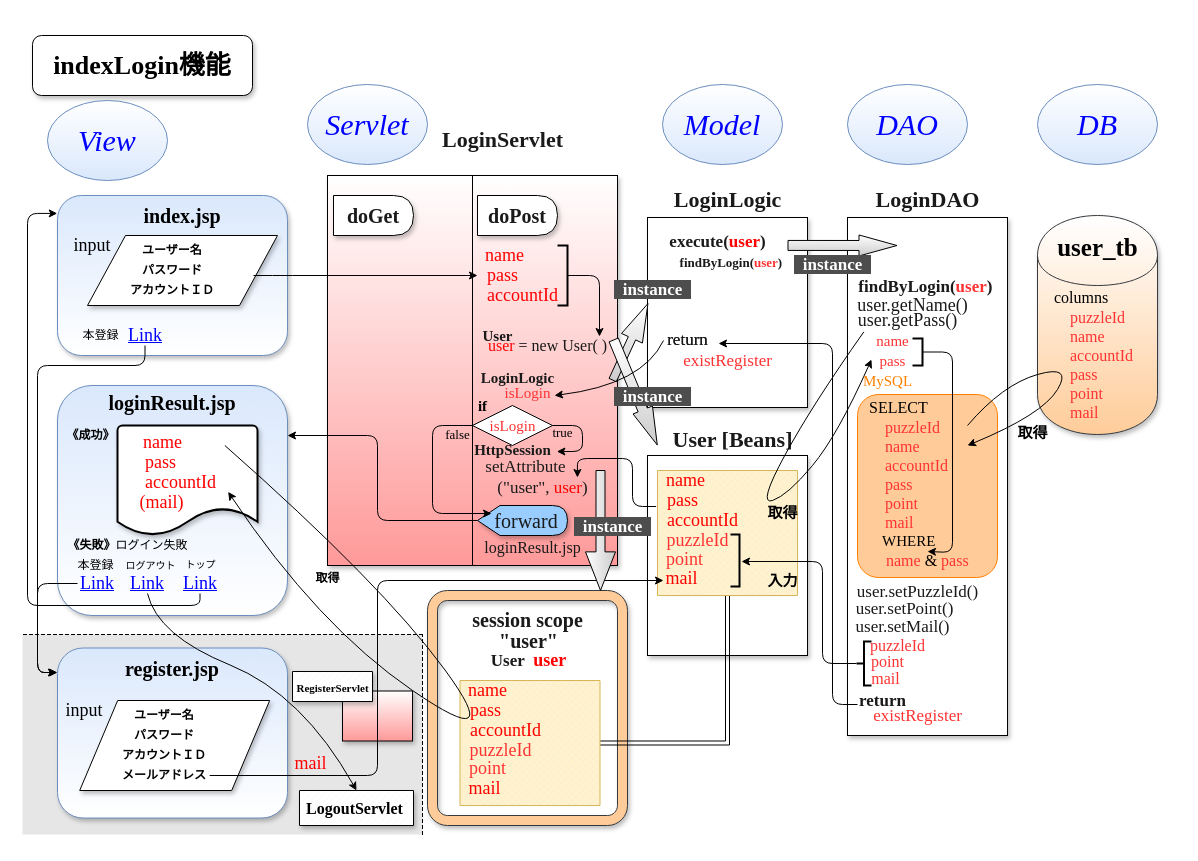
This is 説明資料/アーキテクチャー図 改/indexLogin機能.drawio from shika-sophia/matrixGameIntegral, a draw.io file, before an edit. Source tidied: cells renumbered, new cells numbered last; positions are measured from the earlier drawing's top-left corner, leaving out a move shared by most shapes. Both pictures are drawn from the tidied source at 100%, with x=0, y=0 at pixel (17, 17).
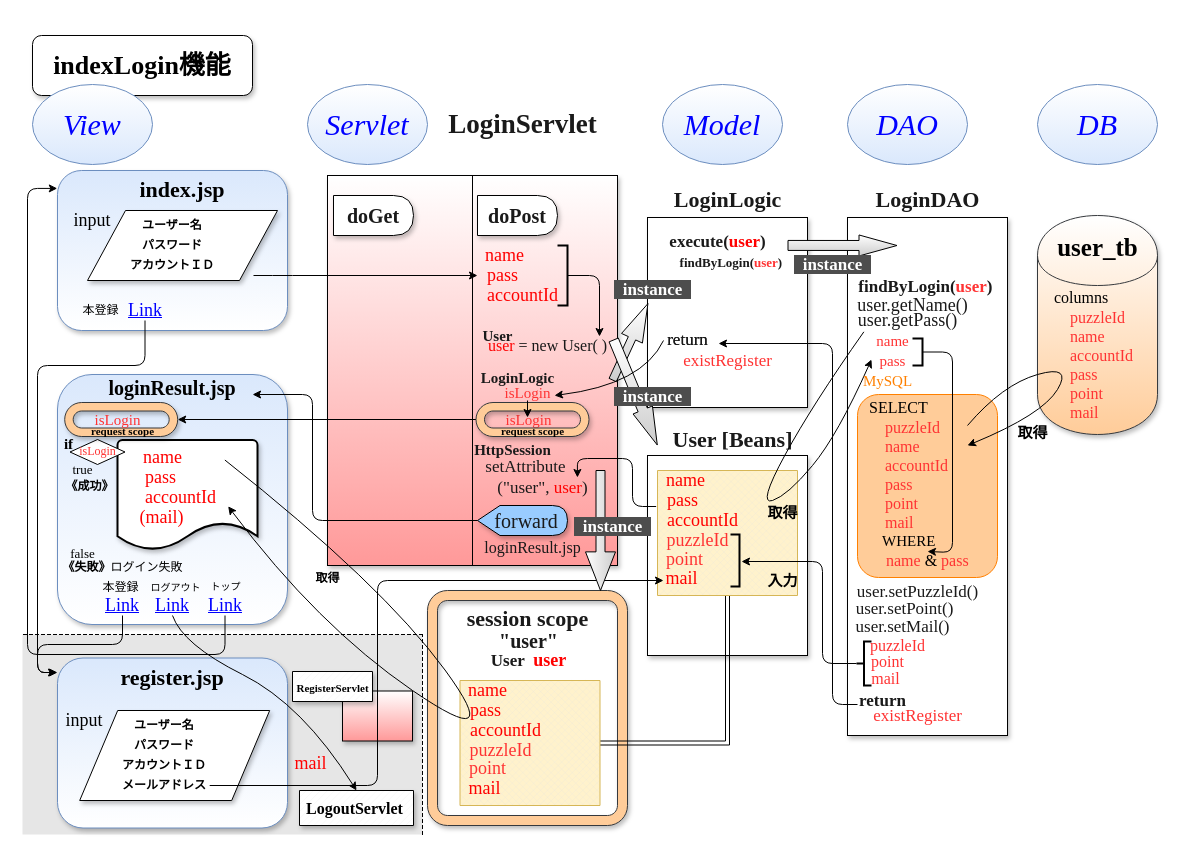
The same diagram, later.

The change refers to these unchanged cells:
```xml
<mxCell id="5" style="verticalLabelPosition=bottom;verticalAlign=top;html=1;shape=mxgraph.basic.rounded_frame;dx=10;labelBackgroundColor=none;fillColor=#ffcc99;fontFamily=Times New Roman;fontSize=17;strokeColor=#36393d;shadow=1;" parent="1" vertex="1">
  <mxGeometry x="410" y="573" width="200" height="235" as="geometry" />
</mxCell>
<mxCell id="65" value="setAttribute&lt;br&gt;&amp;nbsp; &amp;nbsp; &amp;nbsp; &amp;nbsp; (&quot;user&quot;, &lt;font color=&quot;#ff0000&quot;&gt;user&lt;/font&gt;)" style="text;html=1;align=center;verticalAlign=middle;points=[];fontSize=17;fontFamily=Times New Roman;fontColor=#1A1A1A;" parent="1" vertex="1">
  <mxGeometry x="438" y="435" width="140" height="50" as="geometry" />
</mxCell>
<mxCell id="68" value="forward" style="shape=display;whiteSpace=wrap;html=1;labelBackgroundColor=none;fillColor=#99CCFF;gradientColor=none;fontFamily=Times New Roman;fontSize=20;fontColor=#1A1A1A;spacingLeft=8;shadow=1;" parent="1" vertex="1">
  <mxGeometry x="460" y="488" width="90" height="30" as="geometry" />
</mxCell>
<mxCell id="92" style="verticalLabelPosition=bottom;verticalAlign=top;html=1;shape=mxgraph.basic.patternFillRect;fillStyle=diag;step=5;fillStrokeWidth=0.2;fillStrokeColor=#dddddd;rounded=1;shadow=1;fillColor=#FFFFFF;fontFamily=Times New Roman;fontSize=10;" parent="1" vertex="1">
  <mxGeometry x="282" y="773" width="114" height="35" as="geometry" />
</mxCell>
```

The edit, as a diff of the source:
```diff
@@
-    <mxCell id="6" value="&lt;b style=&quot;font-size: 20px;&quot;&gt;&lt;font style=&quot;font-size: 20px;&quot;&gt;session scope&lt;/font&gt;&lt;/b&gt;" style="text;html=1;align=center;verticalAlign=middle;fontSize=20;fontFamily=Times New Roman;fontColor=#1A1A1A;" parent="5" vertex="1">
-      <mxGeometry x="35" y="14" width="130" height="30" as="geometry" />
+    <mxCell id="6" value="&lt;b style=&quot;font-size: 22px;&quot;&gt;&lt;font style=&quot;font-size: 22px;&quot;&gt;session scope&lt;/font&gt;&lt;/b&gt;" style="text;html=1;align=center;verticalAlign=middle;fontSize=22;fontFamily=Times New Roman;fontColor=#1A1A1A;" parent="5" vertex="1">
+      <mxGeometry x="30" y="14" width="140" height="30" as="geometry" />
     </mxCell>
@@
     <mxCell id="12" style="rounded=1;whiteSpace=wrap;html=1;fontFamily=Times New Roman;fontSize=20;fillColor=#dae8fc;strokeColor=#6c8ebf;gradientColor=#ffffff;shadow=1;" parent="1" vertex="1">
-      <mxGeometry x="40" y="178" width="230" height="160" as="geometry" />
+      <mxGeometry x="40" y="153" width="230" height="160" as="geometry" />
     </mxCell>
     <mxCell id="13" style="rounded=1;whiteSpace=wrap;html=1;fontFamily=Times New Roman;fontSize=20;fillColor=#dae8fc;strokeColor=#6c8ebf;gradientColor=#ffffff;shadow=1;" parent="1" vertex="1">
-      <mxGeometry x="40" y="630.5" width="230" height="170" as="geometry" />
+      <mxGeometry x="40" y="640.5" width="230" height="170" as="geometry" />
     </mxCell>
     <mxCell id="14" style="shape=parallelogram;perimeter=parallelogramPerimeter;whiteSpace=wrap;html=1;gradientColor=#ffffff;fontFamily=Times New Roman;fontSize=15;shadow=1;" parent="1" vertex="1">
-      <mxGeometry x="70" y="218" width="190" height="70" as="geometry" />
+      <mxGeometry x="70" y="193" width="190" height="70" as="geometry" />
     </mxCell>
@@
     <mxCell id="16" value="&lt;i&gt;&lt;font style=&quot;font-size: 30px&quot;&gt;View&lt;/font&gt;&lt;/i&gt;" style="ellipse;whiteSpace=wrap;html=1;fontFamily=Times New Roman;fontSize=20;fillColor=#dae8fc;strokeColor=#6c8ebf;gradientColor=#ffffff;gradientDirection=north;fontColor=#0000FF;" parent="1" vertex="1">
-      <mxGeometry x="30" y="83" width="120" height="80" as="geometry" />
+      <mxGeometry x="15" y="67" width="120" height="80" as="geometry" />
     </mxCell>
-    <mxCell id="17" value="index.jsp" style="text;html=1;strokeColor=none;fillColor=none;align=center;verticalAlign=middle;whiteSpace=wrap;rounded=0;fontFamily=Times New Roman;fontSize=20;fontStyle=1;" parent="1" vertex="1">
-      <mxGeometry x="120" y="178" width="90" height="40" as="geometry" />
+    <mxCell id="17" value="index.jsp" style="text;html=1;strokeColor=none;fillColor=none;align=center;verticalAlign=middle;whiteSpace=wrap;rounded=0;fontFamily=Times New Roman;fontSize=22;fontStyle=1;" parent="1" vertex="1">
+      <mxGeometry x="120" y="153" width="90" height="40" as="geometry" />
     </mxCell>
     <mxCell id="18" value="ユーザー名" style="text;html=1;strokeColor=none;fillColor=none;align=center;verticalAlign=middle;whiteSpace=wrap;rounded=0;fontFamily=Times New Roman;fontSize=12;fontStyle=1;" parent="1" vertex="1">
-      <mxGeometry x="110" y="218" width="90" height="30" as="geometry" />
+      <mxGeometry x="110" y="193" width="90" height="30" as="geometry" />
     </mxCell>
     <mxCell id="19" value="パスワード" style="text;html=1;strokeColor=none;fillColor=none;align=center;verticalAlign=middle;whiteSpace=wrap;rounded=0;fontFamily=Times New Roman;fontSize=12;fontStyle=1;" parent="1" vertex="1">
-      <mxGeometry x="110" y="238" width="90" height="30" as="geometry" />
+      <mxGeometry x="110" y="213" width="90" height="30" as="geometry" />
     </mxCell>
     <mxCell id="20" value="アカウントＩＤ" style="text;html=1;strokeColor=none;fillColor=none;align=center;verticalAlign=middle;whiteSpace=wrap;rounded=0;fontFamily=Times New Roman;fontSize=12;fontStyle=1;" parent="1" vertex="1">
-      <mxGeometry x="110" y="258" width="90" height="30" as="geometry" />
+      <mxGeometry x="110" y="233" width="90" height="30" as="geometry" />
     </mxCell>
     <mxCell id="21" value="input" style="text;html=1;strokeColor=none;fillColor=none;align=center;verticalAlign=middle;whiteSpace=wrap;rounded=0;fontFamily=Times New Roman;fontSize=18;" parent="1" vertex="1">
-      <mxGeometry x="45" y="218" width="60" height="20" as="geometry" />
+      <mxGeometry x="45" y="193" width="60" height="20" as="geometry" />
     </mxCell>
     <mxCell id="22" value="Link" style="text;html=1;strokeColor=none;fillColor=none;align=center;verticalAlign=middle;whiteSpace=wrap;rounded=0;fontFamily=Times New Roman;fontSize=18;fontColor=#0000FF;fontStyle=4;" parent="1" vertex="1">
-      <mxGeometry x="107.5" y="308" width="40" height="20" as="geometry" />
+      <mxGeometry x="107.5" y="283" width="40" height="20" as="geometry" />
     </mxCell>
@@
-    <mxCell id="24" value="register.jsp" style="text;html=1;strokeColor=none;fillColor=none;align=center;verticalAlign=middle;whiteSpace=wrap;rounded=0;fontFamily=Times New Roman;fontSize=20;fontStyle=1;" parent="1" vertex="1">
-      <mxGeometry x="110" y="630.5" width="90" height="40" as="geometry" />
+    <mxCell id="24" value="register.jsp" style="text;html=1;strokeColor=none;fillColor=none;align=center;verticalAlign=middle;whiteSpace=wrap;rounded=0;fontFamily=Times New Roman;fontSize=22;fontStyle=1;" parent="1" vertex="1">
+      <mxGeometry x="110" y="640.5" width="90" height="40" as="geometry" />
     </mxCell>
     <mxCell id="25" style="shape=parallelogram;perimeter=parallelogramPerimeter;whiteSpace=wrap;html=1;gradientColor=#ffffff;fontFamily=Times New Roman;fontSize=15;shadow=1;" parent="1" vertex="1">
-      <mxGeometry x="62.2" y="683" width="190" height="90" as="geometry" />
+      <mxGeometry x="62.2" y="693" width="190" height="90" as="geometry" />
     </mxCell>
     <mxCell id="26" value="ユーザー名" style="text;html=1;strokeColor=none;fillColor=none;align=center;verticalAlign=middle;whiteSpace=wrap;rounded=0;fontFamily=Times New Roman;fontSize=12;fontStyle=1;" parent="1" vertex="1">
-      <mxGeometry x="102.2" y="683" width="90" height="30" as="geometry" />
+      <mxGeometry x="102.2" y="693" width="90" height="30" as="geometry" />
     </mxCell>
     <mxCell id="27" value="パスワード" style="text;html=1;strokeColor=none;fillColor=none;align=center;verticalAlign=middle;whiteSpace=wrap;rounded=0;fontFamily=Times New Roman;fontSize=12;fontStyle=1;" parent="1" vertex="1">
-      <mxGeometry x="102.2" y="703" width="90" height="30" as="geometry" />
+      <mxGeometry x="102.2" y="713" width="90" height="30" as="geometry" />
     </mxCell>
     <mxCell id="28" value="アカウントＩＤ" style="text;html=1;strokeColor=none;fillColor=none;align=center;verticalAlign=middle;whiteSpace=wrap;rounded=0;fontFamily=Times New Roman;fontSize=12;fontStyle=1;" parent="1" vertex="1">
-      <mxGeometry x="102.2" y="723" width="90" height="30" as="geometry" />
+      <mxGeometry x="102.2" y="733" width="90" height="30" as="geometry" />
     </mxCell>
     <mxCell id="29" value="input" style="text;html=1;strokeColor=none;fillColor=none;align=center;verticalAlign=middle;whiteSpace=wrap;rounded=0;fontFamily=Times New Roman;fontSize=18;" parent="1" vertex="1">
-      <mxGeometry x="37.2" y="683" width="60" height="20" as="geometry" />
+      <mxGeometry x="37.2" y="693" width="60" height="20" as="geometry" />
     </mxCell>
     <mxCell id="30" value="メールアドレス" style="text;html=1;strokeColor=none;fillColor=none;align=center;verticalAlign=middle;whiteSpace=wrap;rounded=0;fontFamily=Times New Roman;fontSize=12;fontStyle=1;" parent="1" vertex="1">
-      <mxGeometry x="102.2" y="743" width="90" height="30" as="geometry" />
+      <mxGeometry x="102.2" y="753" width="90" height="30" as="geometry" />
     </mxCell>
@@
-    <mxCell id="43" value="LoginServlet" style="text;html=1;align=center;verticalAlign=middle;fontSize=22;fontFamily=Times New Roman;fontColor=#1A1A1A;fontStyle=1;" parent="1" vertex="1">
-      <mxGeometry x="415" y="108" width="140" height="30" as="geometry" />
+    <mxCell id="43" value="LoginServlet" style="text;html=1;align=center;verticalAlign=middle;fontSize=27;fontFamily=Times New Roman;fontColor=#1A1A1A;fontStyle=1;" parent="1" vertex="1">
+      <mxGeometry x="425" y="87" width="160" height="40" as="geometry" />
     </mxCell>
@@
-    <mxCell id="67" style="edgeStyle=orthogonalEdgeStyle;rounded=1;jettySize=auto;html=1;exitX=0;exitY=0.5;exitDx=0;exitDy=0;exitPerimeter=0;comic=0;" parent="1" edge="1" source="68" target="73">
-      <mxGeometry relative="1" as="geometry">
-        <Array as="points">
-          <mxPoint x="360" y="503" />
-          <mxPoint x="360" y="418" />
-        </Array>
-      </mxGeometry>
-    </mxCell>
@@
     <mxCell id="73" style="rounded=1;whiteSpace=wrap;html=1;fontFamily=Times New Roman;fontSize=20;fillColor=#dae8fc;strokeColor=#6c8ebf;gradientColor=#ffffff;shadow=1;" parent="1" vertex="1">
-      <mxGeometry x="40" y="368" width="230" height="230" as="geometry" />
+      <mxGeometry x="40" y="357" width="230" height="250" as="geometry" />
     </mxCell>
     <mxCell id="74" value="loginResult.jsp" style="text;html=1;strokeColor=none;fillColor=none;align=center;verticalAlign=middle;whiteSpace=wrap;rounded=0;fontFamily=Times New Roman;fontSize=20;fontStyle=1;" parent="1" vertex="1">
-      <mxGeometry x="110" y="365" width="90" height="40" as="geometry" />
+      <mxGeometry x="110" y="350" width="90" height="40" as="geometry" />
     </mxCell>
     <mxCell id="75" value="《成功》" style="text;html=1;align=center;verticalAlign=middle;fontFamily=Times New Roman;fontStyle=1;" parent="1" vertex="1">
-      <mxGeometry x="42.5" y="408" width="60" height="20" as="geometry" />
+      <mxGeometry x="42.2" y="458.5" width="60" height="20" as="geometry" />
     </mxCell>
     <mxCell id="76" style="strokeWidth=2;html=1;shape=mxgraph.flowchart.document2;whiteSpace=wrap;size=0.25;rounded=1;shadow=1;fillColor=#FFFFFF;fontFamily=Times New Roman;" parent="1" vertex="1">
-      <mxGeometry x="100" y="408" width="140" height="110" as="geometry" />
+      <mxGeometry x="100" y="422.5" width="140" height="110" as="geometry" />
     </mxCell>
     <mxCell id="77" value="&lt;span style=&quot;font-size: 18px&quot;&gt;&lt;font color=&quot;#ff0000&quot;&gt;name&lt;/font&gt;&lt;/span&gt;" style="text;html=1;align=center;verticalAlign=middle;fontSize=12;fontFamily=Times New Roman;fontColor=#1A1A1A;spacingLeft=0;" parent="1" vertex="1">
-      <mxGeometry x="119.8" y="415" width="50" height="20" as="geometry" />
+      <mxGeometry x="119.8" y="429.5" width="50" height="20" as="geometry" />
     </mxCell>
     <mxCell id="78" value="&lt;span style=&quot;font-size: 18px&quot;&gt;&lt;font color=&quot;#ff0000&quot;&gt;accountId&lt;/font&gt;&lt;/span&gt;" style="text;html=1;align=center;verticalAlign=middle;points=[];fontSize=12;fontFamily=Times New Roman;fontColor=#1A1A1A;" parent="1" vertex="1">
-      <mxGeometry x="117.5" y="455" width="90" height="20" as="geometry" />
+      <mxGeometry x="117.5" y="469.5" width="90" height="20" as="geometry" />
     </mxCell>
     <mxCell id="79" value="&lt;span style=&quot;font-size: 18px&quot;&gt;&lt;font color=&quot;#ff0000&quot;&gt;pass&lt;/font&gt;&lt;/span&gt;" style="text;html=1;align=center;verticalAlign=middle;fontSize=12;fontFamily=Times New Roman;fontColor=#1A1A1A;" parent="1" vertex="1">
-      <mxGeometry x="117.5" y="435" width="50" height="20" as="geometry" />
+      <mxGeometry x="117.5" y="449.5" width="50" height="20" as="geometry" />
     </mxCell>
     <mxCell id="80" value="&lt;font color=&quot;#ff0000&quot;&gt;&lt;span style=&quot;font-size: 18px&quot;&gt;(mail)&lt;/span&gt;&lt;/font&gt;" style="text;html=1;align=center;verticalAlign=middle;fontSize=12;fontFamily=Times New Roman;fontColor=#1A1A1A;spacingLeft=3;" parent="1" vertex="1">
-      <mxGeometry x="112.5" y="475" width="60" height="20" as="geometry" />
+      <mxGeometry x="112.5" y="489.5" width="60" height="20" as="geometry" />
     </mxCell>
@@
     <mxCell id="82" value="《失敗》&lt;span style=&quot;font-weight: normal&quot;&gt;ログイン失敗&lt;/span&gt;" style="text;html=1;align=center;verticalAlign=middle;fontFamily=Times New Roman;fontStyle=1;" parent="1" vertex="1">
-      <mxGeometry x="40" y="518" width="140" height="20" as="geometry" />
+      <mxGeometry x="35" y="540" width="140" height="20" as="geometry" />
     </mxCell>
     <mxCell id="83" style="edgeStyle=orthogonalEdgeStyle;rounded=1;comic=0;jettySize=auto;html=1;fontFamily=Times New Roman;" parent="1" edge="1" source="84">
       <mxGeometry relative="1" as="geometry">
         <mxPoint x="40" y="655" as="targetPoint" />
         <Array as="points">
-          <mxPoint x="20" y="566" />
+          <mxPoint x="105" y="627" />
+          <mxPoint x="20" y="627" />
           <mxPoint x="20" y="655" />
         </Array>
       </mxGeometry>
     </mxCell>
     <mxCell id="84" value="Link" style="text;html=1;strokeColor=none;fillColor=none;align=center;verticalAlign=middle;whiteSpace=wrap;rounded=0;fontFamily=Times New Roman;fontSize=18;fontColor=#0000FF;fontStyle=4;" parent="1" vertex="1">
-      <mxGeometry x="60" y="556" width="40" height="20" as="geometry" />
+      <mxGeometry x="85" y="578" width="40" height="20" as="geometry" />
     </mxCell>
     <mxCell id="85" style="edgeStyle=orthogonalEdgeStyle;rounded=1;comic=0;jettySize=auto;html=1;fontFamily=Times New Roman;entryX=-0.001;entryY=0.112;entryDx=0;entryDy=0;entryPerimeter=0;exitX=0.5;exitY=1;exitDx=0;exitDy=0;" parent="1" edge="1" source="87" target="12">
       <mxGeometry relative="1" as="geometry">
         <Array as="points">
-          <mxPoint x="183" y="588" />
-          <mxPoint x="10" y="588" />
-          <mxPoint x="10" y="196" />
+          <mxPoint x="208" y="637" />
+          <mxPoint x="10" y="637" />
+          <mxPoint x="10" y="171" />
         </Array>
       </mxGeometry>
     </mxCell>
     <mxCell id="86" value="Link" style="text;html=1;strokeColor=none;fillColor=none;align=center;verticalAlign=middle;whiteSpace=wrap;rounded=0;fontFamily=Times New Roman;fontSize=18;fontColor=#0000FF;fontStyle=4;" parent="1" vertex="1">
-      <mxGeometry x="110" y="556" width="40" height="20" as="geometry" />
+      <mxGeometry x="135" y="578" width="40" height="20" as="geometry" />
     </mxCell>
     <mxCell id="87" value="Link" style="text;html=1;strokeColor=none;fillColor=none;align=center;verticalAlign=middle;whiteSpace=wrap;rounded=0;fontFamily=Times New Roman;fontSize=18;fontColor=#0000FF;fontStyle=4;" parent="1" vertex="1">
-      <mxGeometry x="157.5" y="556" width="50" height="20" as="geometry" />
+      <mxGeometry x="182.5" y="578" width="50" height="20" as="geometry" />
     </mxCell>
     <mxCell id="88" value="本登録" style="text;html=1;align=center;verticalAlign=middle;fontFamily=Times New Roman;" parent="1" vertex="1">
-      <mxGeometry x="57.5" y="308" width="50" height="20" as="geometry" />
+      <mxGeometry x="57.5" y="283" width="50" height="20" as="geometry" />
     </mxCell>
     <mxCell id="89" value="本登録" style="text;html=1;align=center;verticalAlign=middle;fontFamily=Times New Roman;" parent="1" vertex="1">
-      <mxGeometry x="52.5" y="538" width="50" height="20" as="geometry" />
+      <mxGeometry x="77.5" y="560" width="50" height="20" as="geometry" />
     </mxCell>
     <mxCell id="90" value="ログアウト" style="text;html=1;align=center;verticalAlign=middle;fontFamily=Times New Roman;fontSize=10;" parent="1" vertex="1">
-      <mxGeometry x="97.5" y="538" width="70" height="20" as="geometry" />
+      <mxGeometry x="122.5" y="560" width="70" height="20" as="geometry" />
     </mxCell>
     <mxCell id="91" value="&lt;font style=&quot;font-size: 10px&quot;&gt;トップ&lt;/font&gt;" style="text;html=1;align=center;verticalAlign=middle;fontFamily=Times New Roman;spacingBottom=2;" parent="1" vertex="1">
-      <mxGeometry x="157.5" y="538" width="50" height="20" as="geometry" />
+      <mxGeometry x="182.5" y="560" width="50" height="20" as="geometry" />
     </mxCell>
@@
     <mxCell id="94" style="curved=1;endArrow=classic;html=1;fontFamily=Times New Roman;fontSize=16;exitX=0.5;exitY=1;exitDx=0;exitDy=0;entryX=0.5;entryY=0;entryDx=0;entryDy=0;entryPerimeter=0;" parent="1" edge="1" source="86" target="92">
       <mxGeometry relative="1" as="geometry">
         <Array as="points">
-          <mxPoint x="140" y="618" />
-          <mxPoint x="285" y="677" />
+          <mxPoint x="165" y="627" />
+          <mxPoint x="285" y="687" />
         </Array>
       </mxGeometry>
     </mxCell>
@@
+    <mxCell id="157" value="isLogin" style="text;html=1;align=center;verticalAlign=middle;fontSize=15;fontFamily=Times New Roman;fontColor=#FF3333;" parent="1" vertex="1">
+      <mxGeometry x="481" y="392" width="60" height="20" as="geometry" />
+    </mxCell>
@@
     <mxCell id="135" style="rhombus;whiteSpace=wrap;html=1;rounded=0;shadow=0;strokeColor=#000000;fillColor=#FFFFFF;gradientColor=#ffffff;fontFamily=Times New Roman;fontSize=13;fontColor=#FF8000;align=left;" parent="1" vertex="1">
-      <mxGeometry x="455" y="388" width="80" height="40" as="geometry" />
+      <mxGeometry x="52.5" y="422" width="55" height="25" as="geometry" />
     </mxCell>
-    <mxCell id="136" value="isLogin" style="text;html=1;align=center;verticalAlign=middle;fontSize=15;fontFamily=Times New Roman;fontColor=#FF3333;" parent="1" vertex="1">
-      <mxGeometry x="465" y="398" width="60" height="20" as="geometry" />
+    <mxCell id="136" value="isLogin" style="text;html=1;align=center;verticalAlign=middle;fontSize=12;fontFamily=Times New Roman;fontColor=#FF3333;" parent="1" vertex="1">
+      <mxGeometry x="55" y="424" width="50" height="20" as="geometry" />
     </mxCell>
     <mxCell id="137" value="&lt;font color=&quot;#000000&quot; style=&quot;font-size: 15px;&quot;&gt;if&lt;/font&gt;" style="text;html=1;align=center;verticalAlign=middle;fontSize=15;fontFamily=Times New Roman;fontColor=#FF8000;fontStyle=1;" parent="1" vertex="1">
-      <mxGeometry x="455" y="378" width="20" height="20" as="geometry" />
+      <mxGeometry x="41" y="416" width="20" height="20" as="geometry" />
     </mxCell>
-    <mxCell id="138" style="edgeStyle=elbowEdgeStyle;elbow=horizontal;endArrow=classic;html=1;fontFamily=Times New Roman;fontSize=15;fontColor=#FF8000;entryX=0.724;entryY=-0.02;entryDx=0;entryDy=0;entryPerimeter=0;" parent="1" edge="1" target="65">
-      <mxGeometry relative="1" as="geometry">
-        <mxPoint x="535" y="408" as="sourcePoint" />
-        <Array as="points">
-          <mxPoint x="565" y="388" />
-        </Array>
-      </mxGeometry>
-    </mxCell>
     <mxCell id="139" value="&lt;font color=&quot;#000000&quot; style=&quot;font-size: 13px;&quot;&gt;true&lt;/font&gt;" style="text;html=1;align=center;verticalAlign=middle;fontSize=13;fontFamily=Times New Roman;fontColor=#FF8000;" parent="1" vertex="1">
-      <mxGeometry x="525" y="405" width="40" height="20" as="geometry" />
+      <mxGeometry x="45" y="442" width="40" height="20" as="geometry" />
     </mxCell>
@@
-    <mxCell id="145" style="edgeStyle=orthogonalEdgeStyle;rounded=1;jettySize=auto;html=1;exitX=0;exitY=0.5;exitDx=0;exitDy=0;entryX=0.156;entryY=0.267;entryDx=0;entryDy=0;entryPerimeter=0;" parent="1" edge="1" source="135" target="68">
-      <mxGeometry relative="1" as="geometry">
-        <Array as="points">
-          <mxPoint x="415" y="408" />
-          <mxPoint x="415" y="496" />
-        </Array>
-      </mxGeometry>
-    </mxCell>
     <mxCell id="146" value="&lt;font color=&quot;#000000&quot; style=&quot;font-size: 13px&quot;&gt;false&lt;/font&gt;" style="text;html=1;align=center;verticalAlign=middle;fontSize=13;fontFamily=Times New Roman;fontColor=#FF8000;" parent="1" vertex="1">
-      <mxGeometry x="420" y="407" width="40" height="20" as="geometry" />
+      <mxGeometry x="45" y="526" width="40" height="20" as="geometry" />
     </mxCell>
@@
+    <mxCell id="158" style="edgeStyle=orthogonalEdgeStyle;rounded=0;jettySize=auto;html=1;" parent="1" edge="1" source="159" target="160">
+      <mxGeometry relative="1" as="geometry" />
+    </mxCell>
+    <mxCell id="159" style="verticalLabelPosition=bottom;verticalAlign=top;html=1;shape=mxgraph.basic.rounded_frame;dx=10;labelBackgroundColor=none;fillColor=#ffcc99;fontFamily=Times New Roman;fontSize=17;strokeColor=#36393d;shadow=1;" parent="1" vertex="1">
+      <mxGeometry x="458.5" y="385" width="113" height="34" as="geometry" />
+    </mxCell>
+    <mxCell id="160" style="verticalLabelPosition=bottom;verticalAlign=top;html=1;shape=mxgraph.basic.rounded_frame;dx=10;labelBackgroundColor=none;fillColor=#ffcc99;fontFamily=Times New Roman;fontSize=17;strokeColor=#36393d;shadow=1;" parent="1" vertex="1">
+      <mxGeometry x="47.2" y="385" width="113" height="34" as="geometry" />
+    </mxCell>
+    <mxCell id="161" style="endArrow=classic;html=1;" parent="1" edge="1">
+      <mxGeometry relative="1" as="geometry">
+        <mxPoint x="510" y="383" as="sourcePoint" />
+        <mxPoint x="510" y="400" as="targetPoint" />
+      </mxGeometry>
+    </mxCell>
+    <mxCell id="162" value="&lt;font face=&quot;Times New Roman&quot; style=&quot;font-size: 11px;&quot;&gt;request scope&lt;/font&gt;" style="text;html=1;align=center;verticalAlign=middle;fontStyle=1;fontSize=11;" parent="1" vertex="1">
+      <mxGeometry x="475" y="404" width="80" height="20" as="geometry" />
+    </mxCell>
+    <mxCell id="163" value="isLogin" style="text;html=1;align=center;verticalAlign=middle;fontSize=15;fontFamily=Times New Roman;fontColor=#FF3333;" parent="1" vertex="1">
+      <mxGeometry x="70" y="392" width="60" height="20" as="geometry" />
+    </mxCell>
+    <mxCell id="67" style="edgeStyle=orthogonalEdgeStyle;rounded=1;jettySize=auto;html=1;exitX=0;exitY=0.5;exitDx=0;exitDy=0;exitPerimeter=0;comic=0;entryX=0.848;entryY=0.08;entryDx=0;entryDy=0;entryPerimeter=0;" parent="1" edge="1" source="68" target="73">
+      <mxGeometry relative="1" as="geometry">
+        <Array as="points">
+          <mxPoint x="295" y="503" />
+          <mxPoint x="295" y="377" />
+        </Array>
+      </mxGeometry>
+    </mxCell>
+    <mxCell id="164" value="&lt;font face=&quot;Times New Roman&quot; style=&quot;font-size: 11px;&quot;&gt;request scope&lt;/font&gt;" style="text;html=1;align=center;verticalAlign=middle;fontStyle=1;fontSize=11;" parent="1" vertex="1">
+      <mxGeometry x="65" y="404" width="80" height="20" as="geometry" />
+    </mxCell>
```
